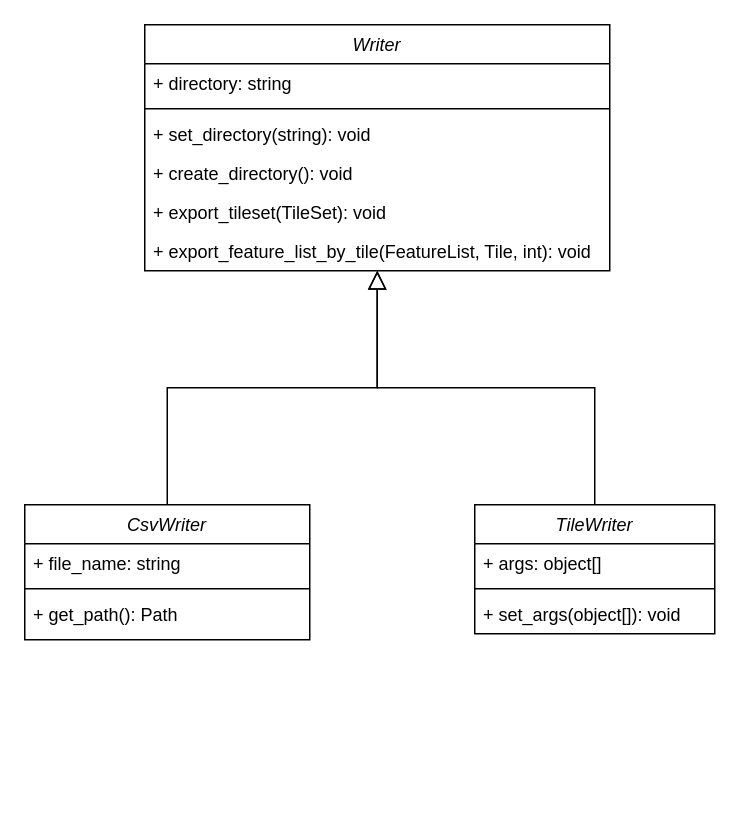
This is docs/UML_Writers.drawio from VCityTeam/pySunlight, a draw.io file, before an edit. Source tidied: cells renumbered, new cells numbered last; positions are measured from the earlier drawing's top-left corner, leaving out a move shared by most shapes. Both pictures are drawn from the tidied source at 150%, with x=0, y=0 at pixel (24, 24).
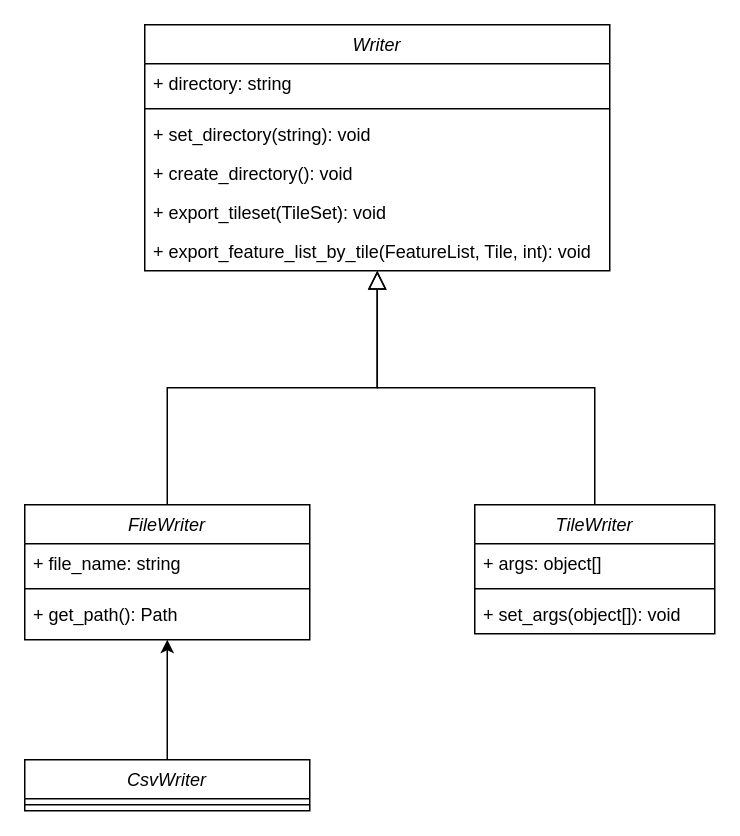
The same diagram, later.

Commit message (it also covers changes not shown here):
Update UML_Writers uml

The edit, as a diff of the source:
```diff
@@
-    <mxCell id="9" value="CsvWriter" style="swimlane;fontStyle=2;align=center;verticalAlign=top;horizontal=1;startSize=26;rounded=0;shadow=0;strokeWidth=1;" parent="1" vertex="1">
+    <mxCell id="9" value="FileWriter" style="swimlane;fontStyle=2;align=center;verticalAlign=top;horizontal=1;startSize=26;rounded=0;shadow=0;strokeWidth=1;" parent="1" vertex="1">
       <mxGeometry y="320" width="190" height="90" as="geometry" />
     </mxCell>
@@
+    <mxCell id="19" style="edgeStyle=none;html=1;entryX=0.5;entryY=1;entryDx=0;entryDy=0;" parent="1" edge="1" source="20" target="9">
+      <mxGeometry relative="1" as="geometry" />
+    </mxCell>
+    <mxCell id="20" value="CsvWriter" style="swimlane;fontStyle=2;align=center;verticalAlign=top;horizontal=1;startSize=26;rounded=0;shadow=0;strokeWidth=1;" parent="1" vertex="1">
+      <mxGeometry y="490" width="190" height="34" as="geometry" />
+    </mxCell>
+    <mxCell id="21" style="line;html=1;strokeWidth=1;align=left;verticalAlign=middle;spacingTop=-1;spacingLeft=3;spacingRight=3;labelPosition=right;" parent="20" vertex="1">
+      <mxGeometry y="26" width="190" height="8" as="geometry" />
+    </mxCell>
```
